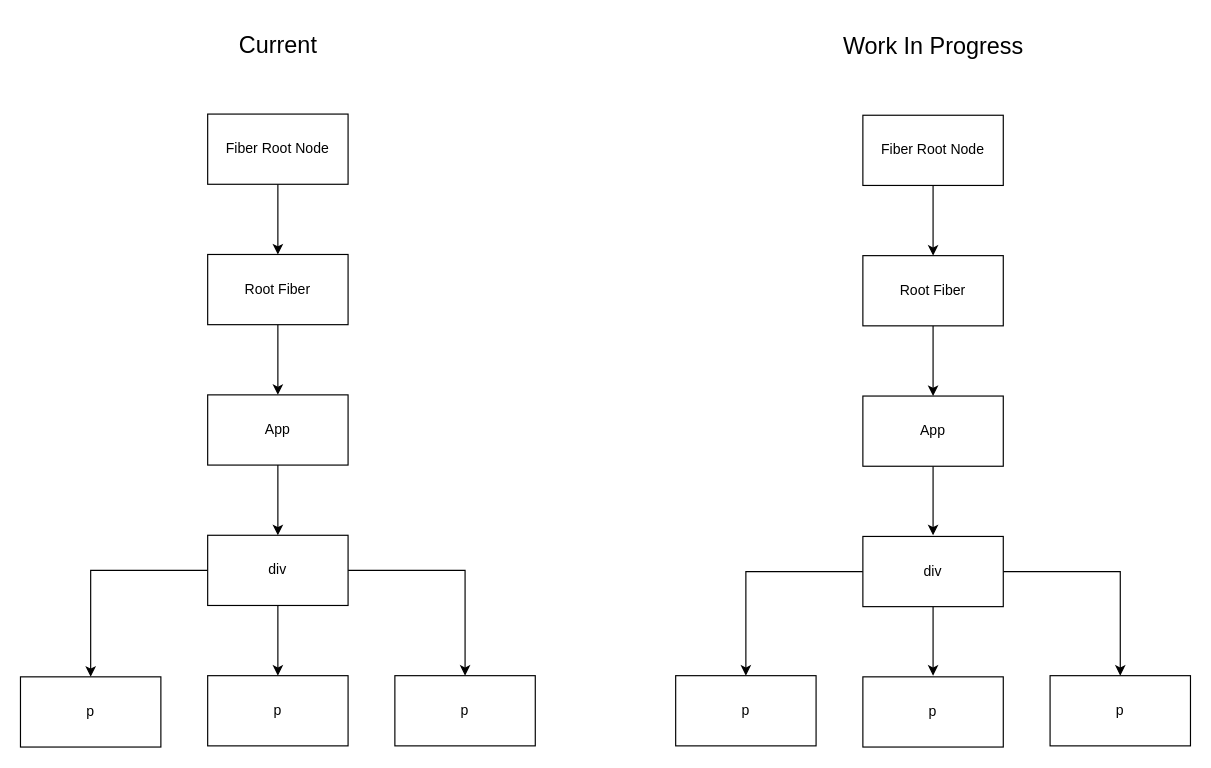
Earlier version of the draw.io diagram react-fiber.drawio (goodjun/drawio). Source tidied: cells renumbered, new cells numbered last; positions are measured from the earlier drawing's top-left corner, leaving out a move shared by most shapes. Both pictures are drawn from the tidied source at 117%, with x=0, y=0 at pixel (20, 20).
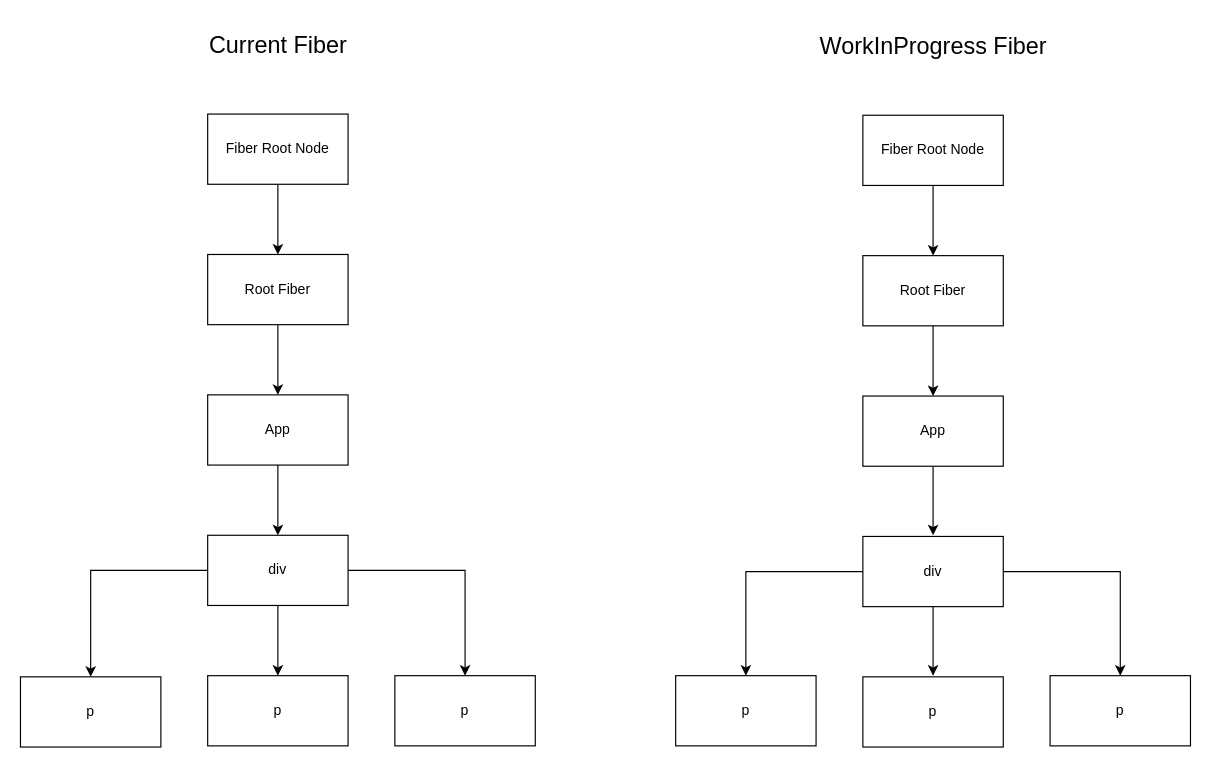
After the change.

Change to the diagram source:
```diff
@@
-    <mxCell id="13" value="Current" style="text;html=1;align=center;verticalAlign=middle;fillColor=none;strokeColor=none;rounded=0;fontSize=20;" parent="1" vertex="1">
-      <mxGeometry x="175" width="90" height="40" as="geometry" />
+    <mxCell id="13" value="Current Fiber" style="text;html=1;align=center;verticalAlign=middle;fillColor=none;strokeColor=none;rounded=0;fontSize=20;" parent="1" vertex="1">
+      <mxGeometry x="150" width="140" height="40" as="geometry" />
     </mxCell>
@@
-    <mxCell id="25" value="Work In Progress" style="text;html=1;align=center;verticalAlign=middle;fillColor=none;strokeColor=none;rounded=0;fontSize=20;" parent="1" vertex="1">
-      <mxGeometry x="690" y="1" width="180" height="40" as="geometry" />
+    <mxCell id="25" value="WorkInProgress Fiber" style="text;html=1;align=center;verticalAlign=middle;fillColor=none;strokeColor=none;rounded=0;fontSize=20;" parent="1" vertex="1">
+      <mxGeometry x="670" y="1" width="220" height="40" as="geometry" />
     </mxCell>
```
